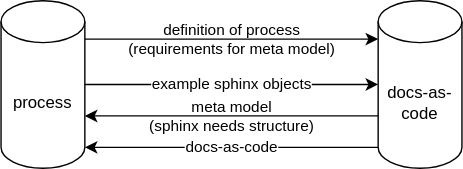
Above: docs/design_decisions/img/DR-007-issue.drawio.svg in eclipse-score/score (draw.io), before the change. Source tidied: cells renumbered, new cells last; positions are measured from the earlier drawing's top-left corner, leaving out a move shared by most shapes.
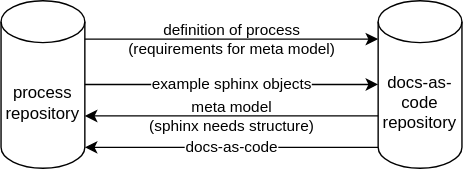
The same file after the commit.

What changed in the source:
```diff
@@ -2,10 +2,10 @@
   <root>
     <mxCell id="0" />
     <mxCell id="1" parent="0" />
-    <mxCell id="2" value="process" style="shape=cylinder3;whiteSpace=wrap;html=1;boundedLbl=1;backgroundOutline=1;size=15;" parent="1" vertex="1">
+    <mxCell id="2" value="process&lt;div&gt;repository&lt;/div&gt;" style="shape=cylinder3;whiteSpace=wrap;html=1;boundedLbl=1;backgroundOutline=1;size=15;" parent="1" vertex="1">
       <mxGeometry width="60" height="120" as="geometry" />
     </mxCell>
-    <mxCell id="3" value="docs-as-code" style="shape=cylinder3;whiteSpace=wrap;html=1;boundedLbl=1;backgroundOutline=1;size=15;" parent="1" vertex="1">
+    <mxCell id="3" value="docs-as-code&lt;div&gt;repository&lt;/div&gt;" style="shape=cylinder3;whiteSpace=wrap;html=1;boundedLbl=1;backgroundOutline=1;size=15;" parent="1" vertex="1">
       <mxGeometry x="270" width="60" height="120" as="geometry" />
     </mxCell>
     <mxCell id="4" value="definition of process&lt;div&gt;(requirements for meta model)&lt;/div&gt;" style="edgeStyle=none;html=1;exitX=1;exitY=0;exitDx=0;exitDy=27.5;exitPerimeter=0;entryX=0;entryY=0;entryDx=0;entryDy=27.5;entryPerimeter=0;labelBackgroundColor=none;" parent="1" edge="1" source="2" target="3">
```
